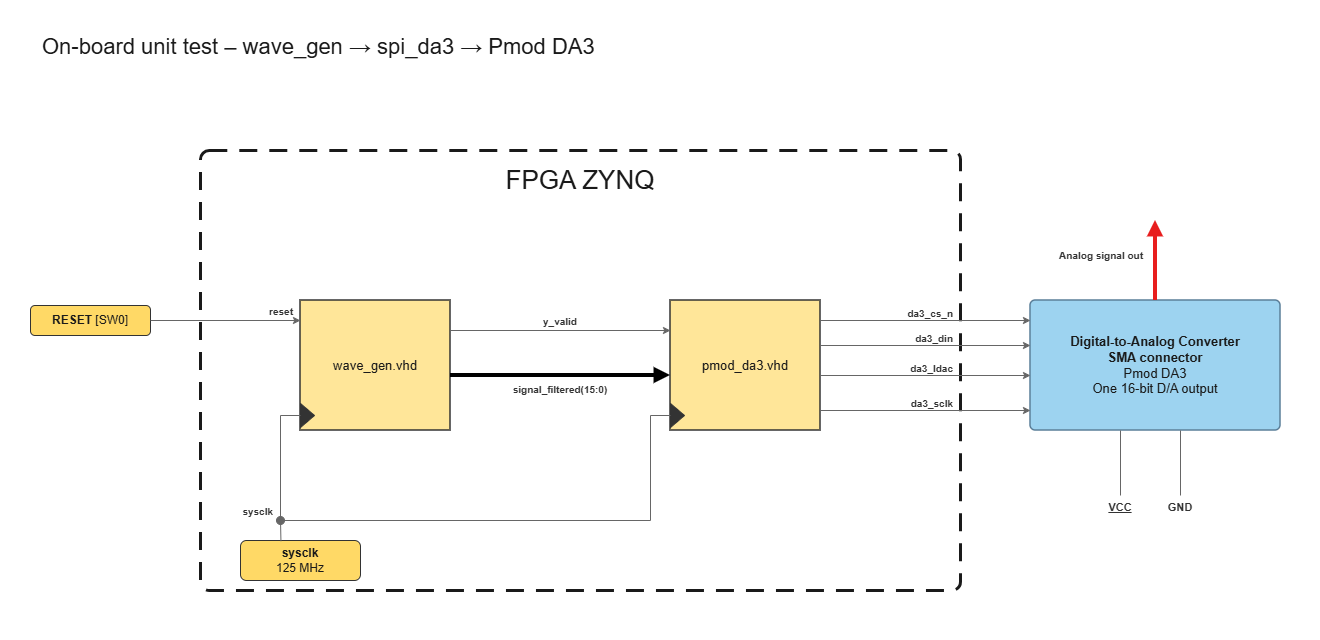
MarcG-Digital-Design/fpga-signal-processing keeps this draw.io diagram as docs/img/unit_test_wave_gen_DA3.png. Above is the earlier version. Source tidied: cells renumbered, new cells last; positions are measured from the earlier drawing's top-left corner, leaving out a move shared by most shapes.
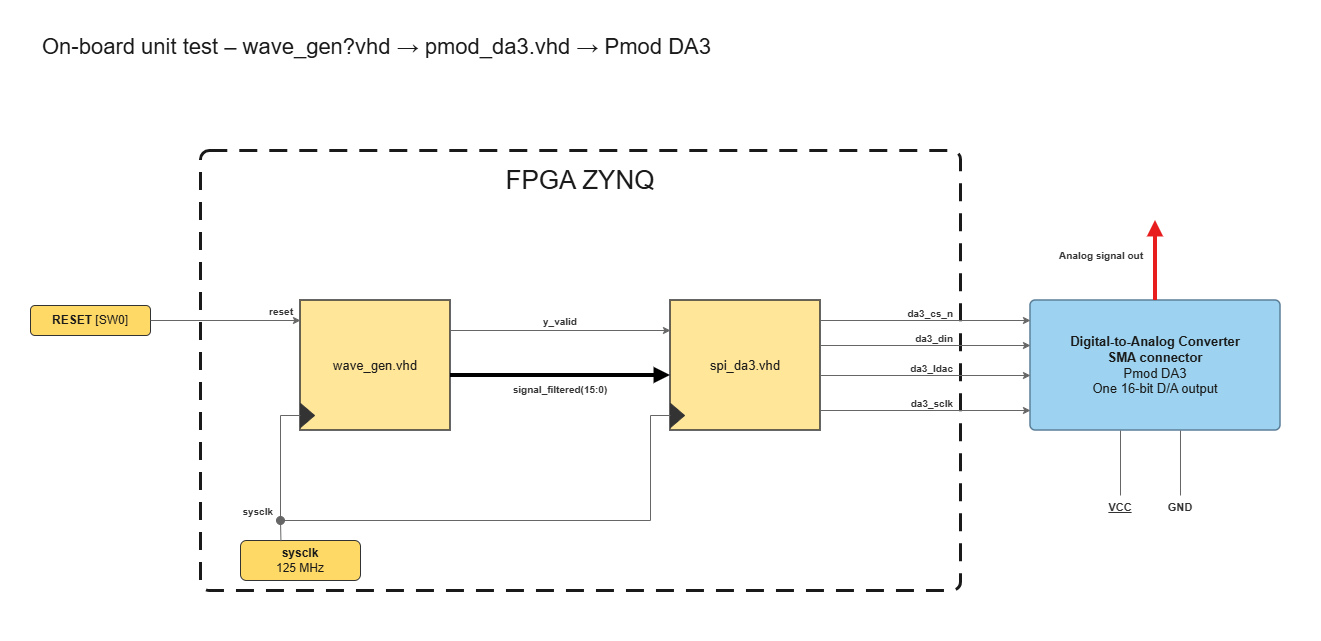
Above is the later version.

Commit message:
Update , name pmod module, and readme -> sim

The edit, as a diff of the source:
```diff
@@ -5,7 +5,7 @@
     <mxCell id="2" style="rounded=0;html=1;fillColor=#FFFFFF;strokeColor=none;" parent="1" vertex="1">
       <mxGeometry width="1320" height="640" as="geometry" />
     </mxCell>
-    <mxCell id="3" value="On-board unit test – wave_gen → spi_da3 → Pmod DA3" style="text;html=1;strokeColor=none;fillColor=none;align=left;verticalAlign=middle;whiteSpace=wrap;fontSize=22;fontStyle=0;fontColor=#1A1A1A;" parent="1" vertex="1">
+    <mxCell id="3" value="On-board unit test – wave_gen?vhd → pmod_da3.vhd → Pmod DA3" style="text;html=1;strokeColor=none;fillColor=none;align=left;verticalAlign=middle;whiteSpace=wrap;fontSize=22;fontStyle=0;fontColor=#1A1A1A;" parent="1" vertex="1">
       <mxGeometry x="40" y="30" width="900" height="34" as="geometry" />
     </mxCell>
     <mxCell id="4" style="rounded=1;arcSize=2;html=1;fillColor=none;strokeColor=#1A1A1A;strokeWidth=3;dashed=1;dashPattern=6 4;" parent="1" vertex="1">
@@ -20,7 +20,7 @@
     <mxCell id="7" style="triangle;whiteSpace=wrap;html=1;fillColor=#333333;strokeColor=#333333;direction=east;" parent="1" vertex="1">
       <mxGeometry x="300" y="403" width="14" height="24" as="geometry" />
     </mxCell>
-    <mxCell id="8" value="pmod_da3.vhd" style="rounded=0;whiteSpace=wrap;html=1;fillColor=#FFE699;strokeColor=#333333;strokeWidth=1.5;fontSize=13;fontColor=#1A1A1A;" parent="1" vertex="1">
+    <mxCell id="8" value="spi_da3.vhd" style="rounded=0;whiteSpace=wrap;html=1;fillColor=#FFE699;strokeColor=#333333;strokeWidth=1.5;fontSize=13;fontColor=#1A1A1A;" parent="1" vertex="1">
       <mxGeometry x="670" y="300" width="150" height="130" as="geometry" />
     </mxCell>
     <mxCell id="9" style="triangle;whiteSpace=wrap;html=1;fillColor=#333333;strokeColor=#333333;direction=east;" parent="1" vertex="1">
```
